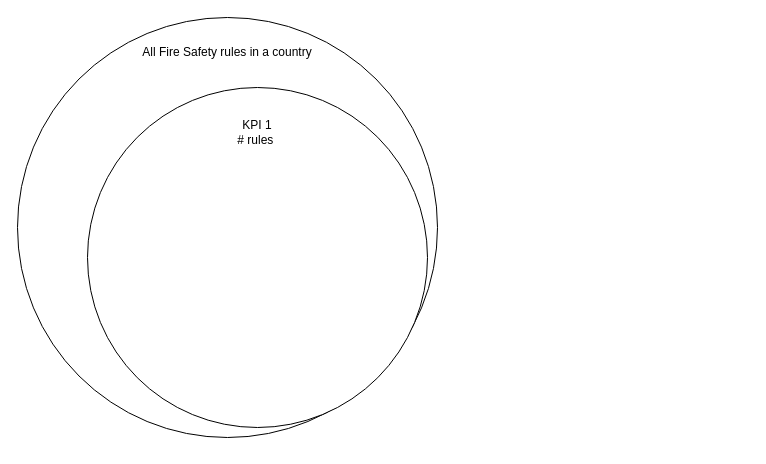
Above: diagram/KPI-relationships.drawio in Kristoffernegendahl/fireBIM (draw.io), before the change. Source tidied: cells renumbered, new cells numbered last; positions are measured from the earlier drawing's top-left corner, leaving out a move shared by most shapes. Both pictures are drawn from the tidied source at 100%, with x=0, y=0 at pixel (17, 17).
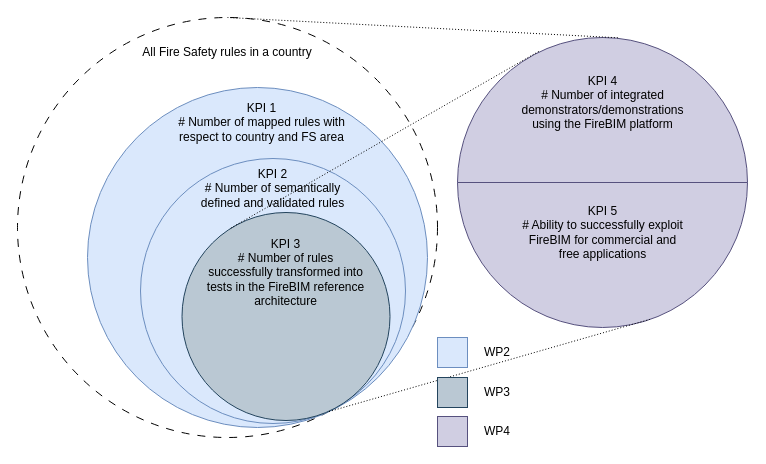
Above is the later version.

What changed in the source:
```diff
@@
-    <mxCell id="2" style="ellipse;whiteSpace=wrap;html=1;" parent="1" vertex="1">
+    <mxCell id="2" style="ellipse;whiteSpace=wrap;html=1;dashed=1;dashPattern=8 8;" parent="1" vertex="1">
       <mxGeometry width="420" height="420" as="geometry" />
     </mxCell>
@@
-    <mxCell id="4" style="ellipse;whiteSpace=wrap;html=1;" parent="1" vertex="1">
+    <mxCell id="4" style="ellipse;whiteSpace=wrap;html=1;fillColor=#dae8fc;strokeColor=#6c8ebf;" parent="1" vertex="1">
       <mxGeometry x="70" y="70" width="340" height="340" as="geometry" />
     </mxCell>
-    <mxCell id="5" value="KPI 1&lt;br&gt;# rules&amp;nbsp;" style="text;html=1;align=center;verticalAlign=middle;whiteSpace=wrap;rounded=0;" parent="1" vertex="1">
-      <mxGeometry x="135" y="100" width="210" height="30" as="geometry" />
+    <mxCell id="5" value="KPI 1&lt;br&gt;# Number of mapped rules with respect to country and FS area" style="text;html=1;align=center;verticalAlign=middle;whiteSpace=wrap;rounded=0;" parent="1" vertex="1">
+      <mxGeometry x="157.5" y="90" width="172.5" height="30" as="geometry" />
     </mxCell>
+    <mxCell id="6" style="ellipse;whiteSpace=wrap;html=1;fillColor=#dae8fc;strokeColor=#6c8ebf;" parent="1" vertex="1">
+      <mxGeometry x="123" y="141" width="265" height="265" as="geometry" />
+    </mxCell>
+    <mxCell id="7" value="KPI 2&lt;br&gt;# Number of semantically defined and validated rules" style="text;html=1;align=center;verticalAlign=middle;whiteSpace=wrap;rounded=0;" parent="1" vertex="1">
+      <mxGeometry x="173" y="156" width="165" height="30" as="geometry" />
+    </mxCell>
+    <mxCell id="8" style="ellipse;whiteSpace=wrap;html=1;fillColor=#bac8d3;strokeColor=#23445d;" parent="1" vertex="1">
+      <mxGeometry x="164.5" y="195" width="208" height="208" as="geometry" />
+    </mxCell>
+    <mxCell id="9" value="KPI 3&lt;br&gt;# Number of rules successfully transformed into tests in the FireBIM&amp;nbsp;reference architecture" style="text;html=1;align=center;verticalAlign=middle;whiteSpace=wrap;rounded=0;" parent="1" vertex="1">
+      <mxGeometry x="186" y="240" width="165" height="30" as="geometry" />
+    </mxCell>
+    <mxCell id="10" style="ellipse;whiteSpace=wrap;html=1;fillColor=#d0cee2;strokeColor=#56517e;" parent="1" vertex="1">
+      <mxGeometry x="440" y="20" width="290" height="290" as="geometry" />
+    </mxCell>
+    <mxCell id="11" style="endArrow=none;html=1;rounded=0;entryX=0.226;entryY=0.08;entryDx=0;entryDy=0;exitX=0.28;exitY=0.048;exitDx=0;exitDy=0;entryPerimeter=0;exitPerimeter=0;strokeWidth=1;dashed=1;strokeColor=default;dashPattern=1 2;" parent="1" edge="1" source="10" target="8">
+      <mxGeometry relative="1" as="geometry" />
+    </mxCell>
+    <mxCell id="12" style="endArrow=none;html=1;rounded=0;exitX=0.707;exitY=0.957;exitDx=0;exitDy=0;exitPerimeter=0;entryX=0.663;entryY=0.972;entryDx=0;entryDy=0;entryPerimeter=0;strokeWidth=1;dashed=1;strokeColor=default;dashPattern=1 2;" parent="1" edge="1" source="8" target="10">
+      <mxGeometry relative="1" as="geometry" />
+    </mxCell>
+    <mxCell id="13" style="rounded=0;whiteSpace=wrap;html=1;fillColor=#dae8fc;strokeColor=#6c8ebf;" parent="1" vertex="1">
+      <mxGeometry x="420" y="320" width="30" height="30" as="geometry" />
+    </mxCell>
+    <mxCell id="14" style="rounded=0;whiteSpace=wrap;html=1;fillColor=#bac8d3;strokeColor=#23445d;" parent="1" vertex="1">
+      <mxGeometry x="420" y="360" width="30" height="30" as="geometry" />
+    </mxCell>
+    <mxCell id="15" style="rounded=0;whiteSpace=wrap;html=1;fillColor=#d0cee2;strokeColor=#56517e;" parent="1" vertex="1">
+      <mxGeometry x="420" y="399" width="30" height="30" as="geometry" />
+    </mxCell>
+    <mxCell id="16" value="KPI 4&lt;br&gt;# Number of integrated demonstrators/demonstrations using the FireBIM platform" style="text;html=1;align=center;verticalAlign=middle;whiteSpace=wrap;rounded=0;" parent="1" vertex="1">
+      <mxGeometry x="502.5" y="70" width="165" height="30" as="geometry" />
+    </mxCell>
+    <mxCell id="17" value="KPI 5&lt;br&gt;# Ability to successfully exploit FireBIM for commercial and free applications" style="text;html=1;align=center;verticalAlign=middle;whiteSpace=wrap;rounded=0;" parent="1" vertex="1">
+      <mxGeometry x="502.5" y="200" width="165" height="30" as="geometry" />
+    </mxCell>
+    <mxCell id="18" value="WP2" style="text;html=1;align=center;verticalAlign=middle;whiteSpace=wrap;rounded=0;" parent="1" vertex="1">
+      <mxGeometry x="450" y="320" width="60" height="30" as="geometry" />
+    </mxCell>
+    <mxCell id="19" value="WP3" style="text;html=1;align=center;verticalAlign=middle;whiteSpace=wrap;rounded=0;" parent="1" vertex="1">
+      <mxGeometry x="450" y="360" width="60" height="30" as="geometry" />
+    </mxCell>
+    <mxCell id="20" value="WP4" style="text;html=1;align=center;verticalAlign=middle;whiteSpace=wrap;rounded=0;" parent="1" vertex="1">
+      <mxGeometry x="450" y="399" width="60" height="30" as="geometry" />
+    </mxCell>
+    <mxCell id="21" style="endArrow=none;html=1;rounded=0;entryX=0.5;entryY=0;entryDx=0;entryDy=0;strokeWidth=1;exitX=0.553;exitY=0.001;exitDx=0;exitDy=0;exitPerimeter=0;dashed=1;strokeColor=default;dashPattern=1 2;" parent="1" edge="1" source="10" target="2">
+      <mxGeometry relative="1" as="geometry" />
+    </mxCell>
+    <mxCell id="22" style="endArrow=none;html=1;rounded=0;entryX=0;entryY=0.5;entryDx=0;entryDy=0;exitX=1;exitY=0.5;exitDx=0;exitDy=0;fillColor=#d0cee2;strokeColor=#56517e;" parent="1" edge="1" source="10" target="10">
+      <mxGeometry relative="1" as="geometry" />
+    </mxCell>
```
